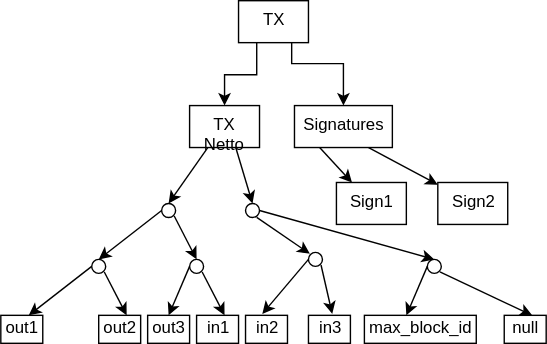
Earlier version of the draw.io export plasmatx.svg (snjax/drawio). Source tidied: cells renumbered, new cells last; positions are measured from the earlier drawing's top-left corner, leaving out a move shared by most shapes.
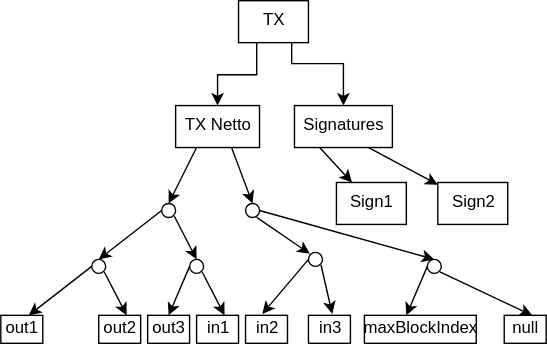
Above is the later version.

The edit, as a diff of the source:
```diff
@@ -17,7 +17,7 @@
       </mxGeometry>
     </mxCell>
     <mxCell id="4" value="TX Netto" style="rounded=0;whiteSpace=wrap;html=1;" parent="1" vertex="1">
-      <mxGeometry x="135" y="75" width="50" height="30" as="geometry" />
+      <mxGeometry x="125" y="75" width="60" height="30" as="geometry" />
     </mxCell>
     <mxCell id="5" value="Signatures" style="rounded=0;whiteSpace=wrap;html=1;" parent="1" vertex="1">
       <mxGeometry x="210" y="75" width="70" height="30" as="geometry" />
@@ -129,7 +129,7 @@
     <mxCell id="36" value="in3" style="rounded=0;whiteSpace=wrap;html=1;" parent="1" vertex="1">
       <mxGeometry x="220" y="225" width="30" height="20" as="geometry" />
     </mxCell>
-    <mxCell id="37" value="max_block_id" style="rounded=0;whiteSpace=wrap;html=1;" parent="1" vertex="1">
+    <mxCell id="37" value="maxBlockIndex" style="rounded=0;whiteSpace=wrap;html=1;" parent="1" vertex="1">
       <mxGeometry x="260" y="225" width="80" height="20" as="geometry" />
     </mxCell>
     <mxCell id="38" value="null" style="rounded=0;whiteSpace=wrap;html=1;" parent="1" vertex="1">
```
